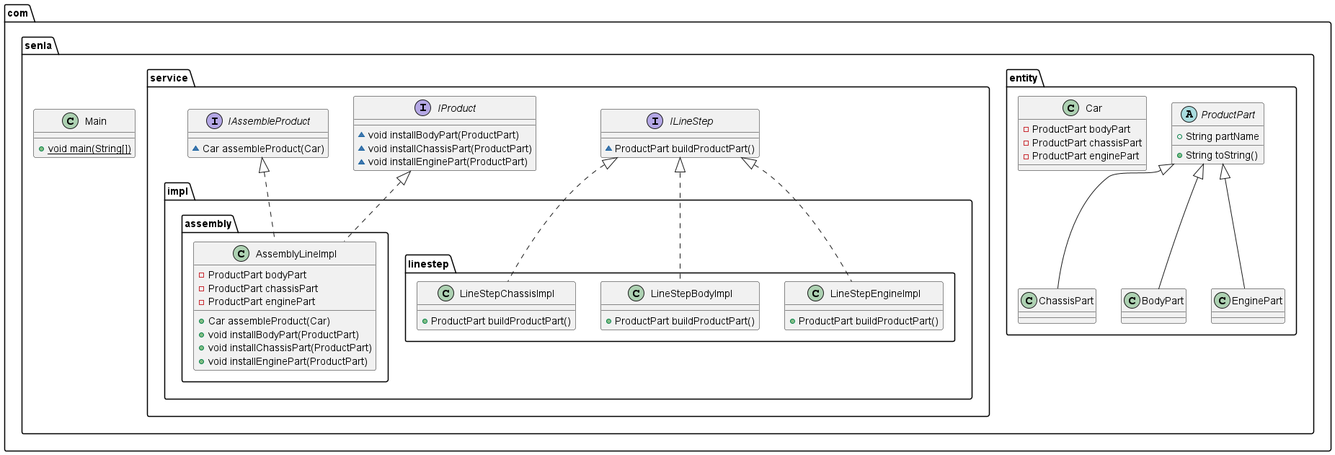
Above: TASK_3_3.png in tarigor/igor-taren-repo (PlantUML), before the change. The source it was exported from:
```plantuml
@startuml
abstract class com.senla.entity.ProductPart {
+ String partName
+ String toString()
}
class com.senla.entity.ChassisPart {
}
class com.senla.entity.BodyPart {
}
class com.senla.service.impl.assembly.AssemblyLineImpl {
- ProductPart bodyPart
- ProductPart chassisPart
- ProductPart enginePart
+ Car assembleProduct(Car)
+ void installBodyPart(ProductPart)
+ void installChassisPart(ProductPart)
+ void installEnginePart(ProductPart)
}
class com.senla.entity.EnginePart {
}
interface com.senla.service.ILineStep {
~ ProductPart buildProductPart()
}
class com.senla.Main {
+ {static} void main(String[])
}
class com.senla.service.impl.linestep.LineStepEngineImpl {
+ ProductPart buildProductPart()
}
interface com.senla.service.IProduct {
~ void installBodyPart(ProductPart)
~ void installChassisPart(ProductPart)
~ void installEnginePart(ProductPart)
}
class com.senla.service.impl.linestep.LineStepBodyImpl {
+ ProductPart buildProductPart()
}
class com.senla.entity.Car {
- ProductPart bodyPart
- ProductPart chassisPart
- ProductPart enginePart
}
class com.senla.service.impl.linestep.LineStepChassisImpl {
+ ProductPart buildProductPart()
}
interface com.senla.service.IAssembleProduct {
~ Car assembleProduct(Car)
}


com.senla.entity.ProductPart <|-- com.senla.entity.ChassisPart
com.senla.entity.ProductPart <|-- com.senla.entity.BodyPart
com.senla.service.IProduct <|.. com.senla.service.impl.assembly.AssemblyLineImpl
com.senla.service.IAssembleProduct <|.. com.senla.service.impl.assembly.AssemblyLineImpl
com.senla.entity.ProductPart <|-- com.senla.entity.EnginePart
com.senla.service.ILineStep <|.. com.senla.service.impl.linestep.LineStepEngineImpl
com.senla.service.ILineStep <|.. com.senla.service.impl.linestep.LineStepBodyImpl
com.senla.service.ILineStep <|.. com.senla.service.impl.linestep.LineStepChassisImpl
@enduml
```
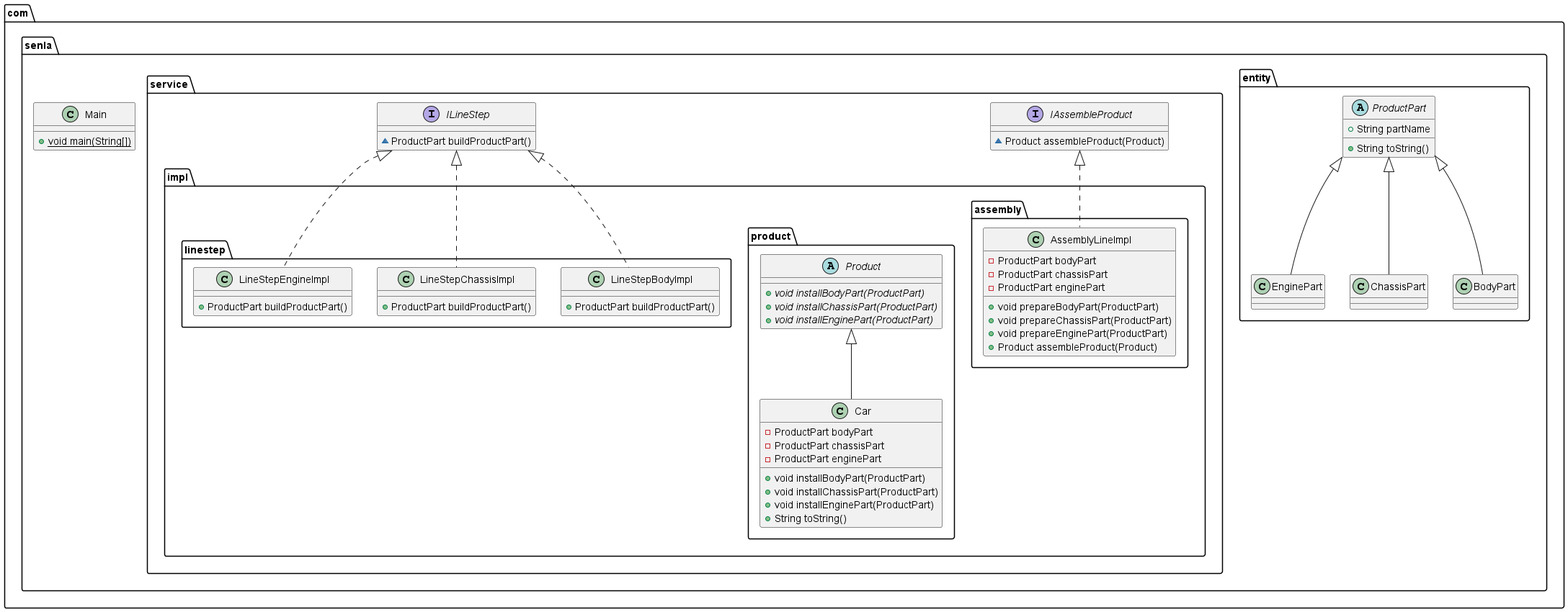
Above is the later version.

Change to the diagram source:
```diff
@@ -11,12 +11,26 @@
 - ProductPart bodyPart
 - ProductPart chassisPart
 - ProductPart enginePart
-+ Car assembleProduct(Car)
++ void prepareBodyPart(ProductPart)
++ void prepareChassisPart(ProductPart)
++ void prepareEnginePart(ProductPart)
++ Product assembleProduct(Product)
+}
+abstract class com.senla.service.impl.product.Product {
++ {abstract}void installBodyPart(ProductPart)
++ {abstract}void installChassisPart(ProductPart)
++ {abstract}void installEnginePart(ProductPart)
+}
+class com.senla.entity.EnginePart {
+}
+class com.senla.service.impl.product.Car {
+- ProductPart bodyPart
+- ProductPart chassisPart
+- ProductPart enginePart
 + void installBodyPart(ProductPart)
 + void installChassisPart(ProductPart)
 + void installEnginePart(ProductPart)
-}
-class com.senla.entity.EnginePart {
++ String toString()
 }
 interface com.senla.service.ILineStep {
 ~ ProductPart buildProductPart()
@@ -27,32 +41,22 @@
 class com.senla.service.impl.linestep.LineStepEngineImpl {
 + ProductPart buildProductPart()
 }
-interface com.senla.service.IProduct {
-~ void installBodyPart(ProductPart)
-~ void installChassisPart(ProductPart)
-~ void installEnginePart(ProductPart)
-}
 class com.senla.service.impl.linestep.LineStepBodyImpl {
 + ProductPart buildProductPart()
-}
-class com.senla.entity.Car {
-- ProductPart bodyPart
-- ProductPart chassisPart
-- ProductPart enginePart
 }
 class com.senla.service.impl.linestep.LineStepChassisImpl {
 + ProductPart buildProductPart()
 }
 interface com.senla.service.IAssembleProduct {
-~ Car assembleProduct(Car)
+~ Product assembleProduct(Product)
 }
 
 
 com.senla.entity.ProductPart <|-- com.senla.entity.ChassisPart
 com.senla.entity.ProductPart <|-- com.senla.entity.BodyPart
-com.senla.service.IProduct <|.. com.senla.service.impl.assembly.AssemblyLineImpl
 com.senla.service.IAssembleProduct <|.. com.senla.service.impl.assembly.AssemblyLineImpl
 com.senla.entity.ProductPart <|-- com.senla.entity.EnginePart
+com.senla.service.impl.product.Product <|-- com.senla.service.impl.product.Car
 com.senla.service.ILineStep <|.. com.senla.service.impl.linestep.LineStepEngineImpl
 com.senla.service.ILineStep <|.. com.senla.service.impl.linestep.LineStepBodyImpl
 com.senla.service.ILineStep <|.. com.senla.service.impl.linestep.LineStepChassisImpl
```
